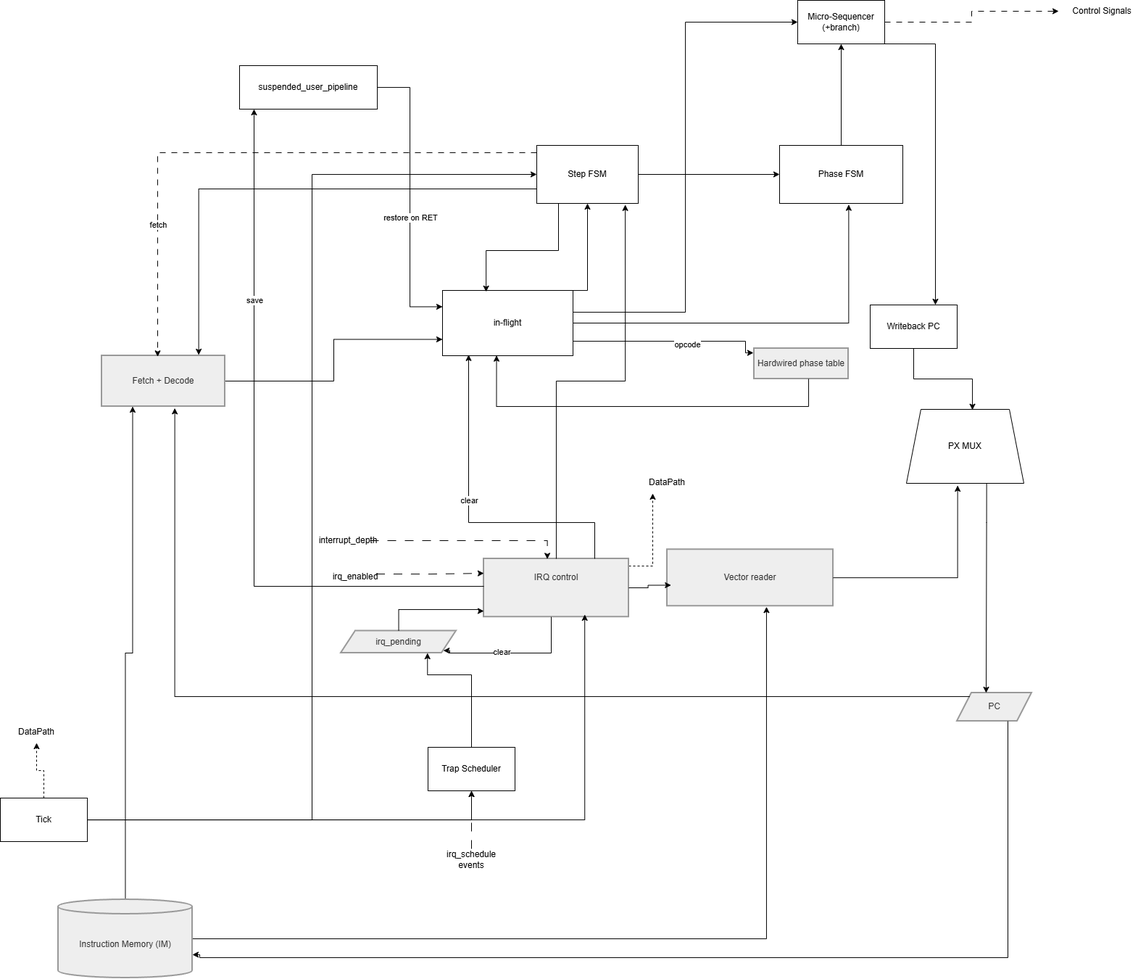
Earlier version of the draw.io export sceme/control unit.png (byTheTV/ak-lab4). Source tidied: cells renumbered, new cells last; positions are measured from the earlier drawing's top-left corner, leaving out a move shared by most shapes.
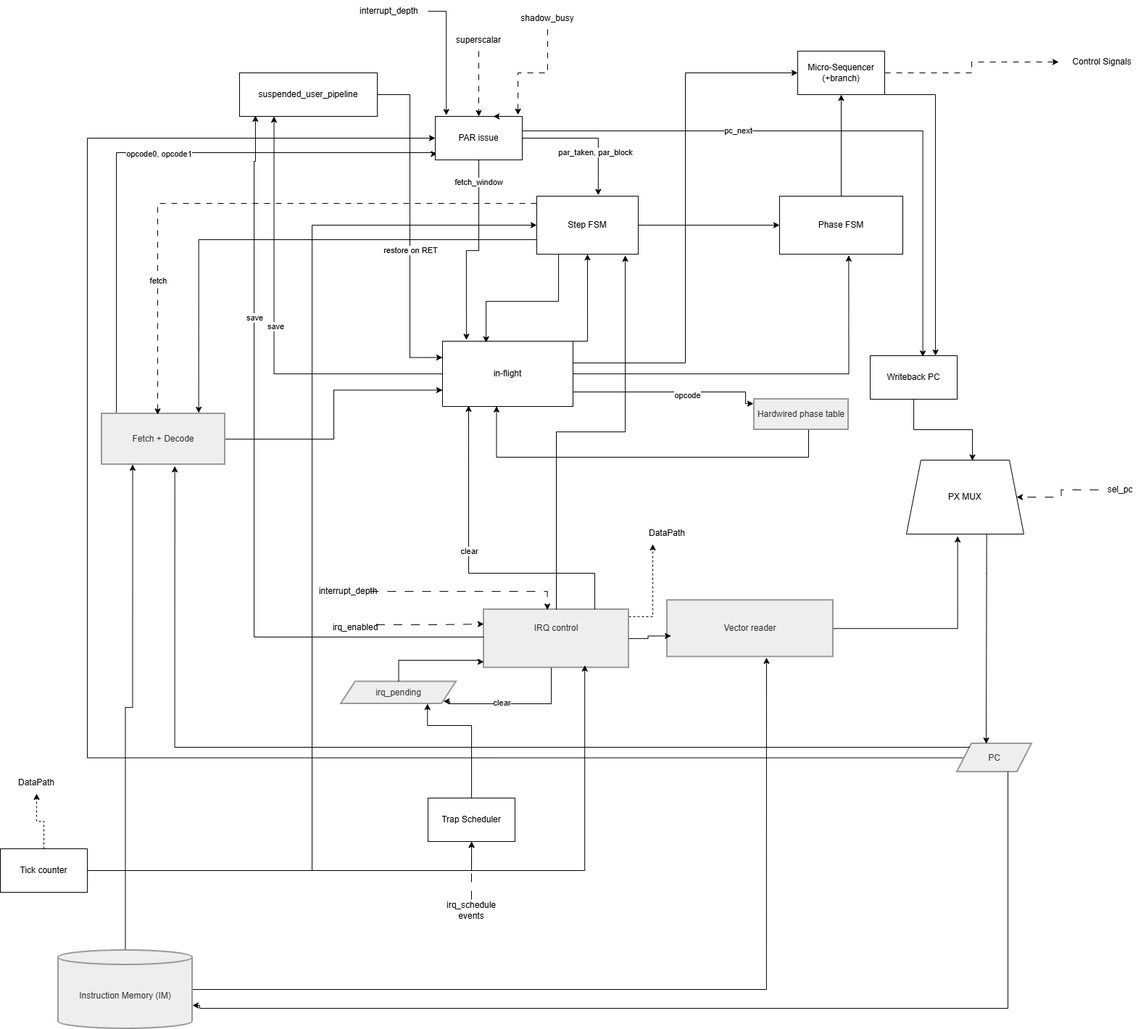
Above is the later version.

The edit, as a diff of the source:
```diff
@@ -14,8 +14,20 @@
     <mxCell id="5" style="edgeStyle=orthogonalEdgeStyle;rounded=0;jettySize=auto;html=1;entryX=0;entryY=0.75;entryDx=0;entryDy=0;" parent="1" edge="1" source="6" target="31">
       <mxGeometry relative="1" as="geometry" />
     </mxCell>
+    <mxCell id="66" style="edgeStyle=orthogonalEdgeStyle;rounded=0;jettySize=auto;html=1;entryX=0.02;entryY=0.862;entryDx=0;entryDy=0;entryPerimeter=0;" parent="1" edge="1" source="6" target="82">
+      <mxGeometry relative="1" as="geometry">
+        <Array as="points">
+          <mxPoint x="160" y="140" />
+          <mxPoint x="600" y="140" />
+          <mxPoint x="600" y="142" />
+        </Array>
+      </mxGeometry>
+    </mxCell>
+    <mxCell id="67" value="opcode0, opcode1" style="edgeLabel;html=1;align=center;verticalAlign=middle;" parent="66" vertex="1">
+      <mxGeometry x="0.04" y="-1" relative="1" as="geometry" />
+    </mxCell>
     <mxCell id="6" value="Fetch + Decode" style="whiteSpace=wrap;strokeWidth=2;fillColor=light-dark(#eeeeee,#1f2020);strokeColor=light-dark(#999999,#cccccc);fontColor=light-dark(#333333,#cccccc);" parent="1" vertex="1">
-      <mxGeometry x="140" y="490" width="170" height="70" as="geometry" />
+      <mxGeometry x="140" y="500" width="170" height="70" as="geometry" />
     </mxCell>
     <mxCell id="7" value="Hardwired phase table" style="whiteSpace=wrap;strokeWidth=2;fillColor=light-dark(#eeeeee,#1f2020);strokeColor=light-dark(#999999,#cccccc);fontColor=light-dark(#333333,#cccccc);" parent="1" vertex="1">
       <mxGeometry x="1040" y="480" width="130" height="42" as="geometry" />
@@ -23,6 +35,14 @@
     <mxCell id="8" style="edgeStyle=orthogonalEdgeStyle;rounded=0;jettySize=auto;html=1;entryX=0;entryY=0.5;entryDx=0;entryDy=0;dashed=1;dashPattern=8 8;exitX=1;exitY=0.5;exitDx=0;exitDy=0;" parent="1" edge="1" source="43" target="17">
       <mxGeometry relative="1" as="geometry" />
     </mxCell>
+    <mxCell id="68" style="edgeStyle=orthogonalEdgeStyle;rounded=0;jettySize=auto;html=1;entryX=0;entryY=0.5;entryDx=0;entryDy=0;" parent="1" edge="1" source="9" target="82">
+      <mxGeometry relative="1" as="geometry">
+        <Array as="points">
+          <mxPoint x="120" y="975" />
+          <mxPoint x="120" y="120" />
+        </Array>
+      </mxGeometry>
+    </mxCell>
     <mxCell id="9" value="PC" style="shape=parallelogram;perimeter=parallelogramPerimeter;fixedSize=1;strokeWidth=2;whiteSpace=wrap;fillColor=light-dark(#eeeeee,#1f2020);strokeColor=light-dark(#999999,#cccccc);fontColor=light-dark(#333333,#cccccc);" parent="1" vertex="1">
       <mxGeometry x="1320" y="955" width="103" height="39" as="geometry" />
     </mxCell>
@@ -101,9 +121,9 @@
         </Array>
       </mxGeometry>
     </mxCell>
-    <mxCell id="26" value="clear" style="edgeLabel;html=1;align=center;verticalAlign=middle;" parent="25" vertex="1">
-      <mxGeometry x="0.17" y="-2" relative="1" as="geometry" />
-    </mxCell>
+    <mxCell id="69" value="clear" style="edgeLabel;html=1;align=center;verticalAlign=middle;" parent="25" vertex="1">
+      <mxGeometry x="0.17" y="-2" relative="1" as="geometry" />
+    </mxCell>
     <mxCell id="27" style="edgeStyle=orthogonalEdgeStyle;rounded=0;jettySize=auto;html=1;entryX=0.5;entryY=1;entryDx=0;entryDy=0;" parent="1" edge="1" source="31" target="58">
       <mxGeometry relative="1" as="geometry">
         <Array as="points">
@@ -129,6 +149,14 @@
         </Array>
       </mxGeometry>
     </mxCell>
+    <mxCell id="70" style="edgeStyle=orthogonalEdgeStyle;rounded=0;jettySize=auto;html=1;entryX=0.25;entryY=1;entryDx=0;entryDy=0;" parent="1" edge="1" source="31" target="47">
+      <mxGeometry relative="1" as="geometry" />
+    </mxCell>
+    <mxCell id="71" value="save" style="edgeLabel;html=1;align=center;verticalAlign=middle;" parent="70" vertex="1">
+      <mxGeometry x="0.02" y="-1" relative="1" as="geometry">
+        <mxPoint x="1" as="offset" />
+      </mxGeometry>
+    </mxCell>
     <mxCell id="31" value="in-flight" style="rounded=0;whiteSpace=wrap;html=1;" parent="1" vertex="1">
       <mxGeometry x="610" y="400" width="180" height="90" as="geometry" />
     </mxCell>
@@ -146,23 +174,23 @@
     <mxCell id="34" value="Phase FSM" style="rounded=0;whiteSpace=wrap;html=1;" parent="1" vertex="1">
       <mxGeometry x="1075" y="200" width="170" height="80" as="geometry" />
     </mxCell>
-    <mxCell id="35" style="edgeStyle=orthogonalEdgeStyle;rounded=0;jettySize=auto;html=1;" parent="1" edge="1" source="38" target="40">
-      <mxGeometry relative="1" as="geometry" />
-    </mxCell>
-    <mxCell id="36" style="edgeStyle=orthogonalEdgeStyle;rounded=0;jettySize=auto;html=1;entryX=0;entryY=0.5;entryDx=0;entryDy=0;" parent="1" edge="1" source="38" target="58">
-      <mxGeometry relative="1" as="geometry" />
-    </mxCell>
-    <mxCell id="37" style="edgeStyle=orthogonalEdgeStyle;rounded=0;jettySize=auto;html=1;entryX=0.5;entryY=1;entryDx=0;entryDy=0;dashed=1;" parent="1" edge="1" source="38" target="51">
-      <mxGeometry relative="1" as="geometry">
-        <Array as="points">
-          <mxPoint x="60" y="1062" />
-          <mxPoint x="50" y="1062" />
-        </Array>
-      </mxGeometry>
-    </mxCell>
-    <mxCell id="38" value="Tick" style="rounded=0;whiteSpace=wrap;html=1;" parent="1" vertex="1">
-      <mxGeometry y="1100" width="120" height="60" as="geometry" />
-    </mxCell>
+    <mxCell id="72" style="edgeStyle=orthogonalEdgeStyle;rounded=0;jettySize=auto;html=1;" parent="1" edge="1" source="75" target="40">
+      <mxGeometry relative="1" as="geometry" />
+    </mxCell>
+    <mxCell id="73" style="edgeStyle=orthogonalEdgeStyle;rounded=0;jettySize=auto;html=1;entryX=0;entryY=0.5;entryDx=0;entryDy=0;" parent="1" edge="1" source="75" target="58">
+      <mxGeometry relative="1" as="geometry" />
+    </mxCell>
+    <mxCell id="74" style="edgeStyle=orthogonalEdgeStyle;rounded=0;jettySize=auto;html=1;entryX=0.5;entryY=1;entryDx=0;entryDy=0;dashed=1;" parent="1" edge="1" source="75" target="51">
+      <mxGeometry relative="1" as="geometry">
+        <Array as="points">
+          <mxPoint x="60" y="1062" />
+          <mxPoint x="50" y="1062" />
+        </Array>
+      </mxGeometry>
+    </mxCell>
+    <mxCell id="75" value="Tick counter" style="rounded=0;whiteSpace=wrap;html=1;" parent="1" vertex="1">
+      <mxGeometry y="1100" width="120" height="60" as="geometry" />
+    </mxCell>
     <mxCell id="39" style="edgeStyle=orthogonalEdgeStyle;rounded=0;jettySize=auto;html=1;entryX=0.75;entryY=1;entryDx=0;entryDy=0;" parent="1" edge="1" source="40" target="10">
       <mxGeometry relative="1" as="geometry">
         <Array as="points">
@@ -199,7 +227,7 @@
       </mxGeometry>
     </mxCell>
     <mxCell id="47" value="suspended_user_pipeline" style="rounded=0;whiteSpace=wrap;html=1;" parent="1" vertex="1">
-      <mxGeometry x="330" y="90" width="190" height="60" as="geometry" />
+      <mxGeometry x="330" y="30" width="190" height="60" as="geometry" />
     </mxCell>
     <mxCell id="48" style="edgeStyle=orthogonalEdgeStyle;rounded=0;jettySize=auto;html=1;entryX=1;entryY=0;entryDx=0;entryDy=76;entryPerimeter=0;" parent="1" edge="1" source="9" target="4">
       <mxGeometry relative="1" as="geometry">
@@ -217,23 +245,23 @@
         </Array>
       </mxGeometry>
     </mxCell>
-    <mxCell id="50" style="edgeStyle=orthogonalEdgeStyle;rounded=0;jettySize=auto;html=1;entryX=0.696;entryY=0.959;entryDx=0;entryDy=0;entryPerimeter=0;" parent="1" edge="1" source="38" target="12">
-      <mxGeometry relative="1" as="geometry" />
-    </mxCell>
+    <mxCell id="76" style="edgeStyle=orthogonalEdgeStyle;rounded=0;jettySize=auto;html=1;entryX=0.696;entryY=0.959;entryDx=0;entryDy=0;entryPerimeter=0;" parent="1" edge="1" source="75" target="12">
+      <mxGeometry relative="1" as="geometry" />
+    </mxCell>
     <mxCell id="51" value="DataPath" style="text;html=1;whiteSpace=wrap;strokeColor=none;fillColor=none;align=center;verticalAlign=middle;rounded=0;" parent="1" vertex="1">
       <mxGeometry x="20" y="994" width="60" height="30" as="geometry" />
     </mxCell>
     <mxCell id="52" style="edgeStyle=orthogonalEdgeStyle;rounded=0;jettySize=auto;html=1;entryX=0.562;entryY=0.008;entryDx=0;entryDy=0;entryPerimeter=0;" parent="1" edge="1" source="44" target="15">
       <mxGeometry relative="1" as="geometry" />
     </mxCell>
-    <mxCell id="53" style="edgeStyle=orthogonalEdgeStyle;rounded=0;jettySize=auto;html=1;entryX=0.453;entryY=0.018;entryDx=0;entryDy=0;entryPerimeter=0;dashed=1;dashPattern=8 8;" parent="1" edge="1" source="58" target="6">
-      <mxGeometry relative="1" as="geometry">
-        <Array as="points">
-          <mxPoint x="217" y="210" />
-        </Array>
-      </mxGeometry>
-    </mxCell>
+    <mxCell id="77" style="edgeStyle=orthogonalEdgeStyle;rounded=0;jettySize=auto;html=1;entryX=0.453;entryY=0.018;entryDx=0;entryDy=0;entryPerimeter=0;dashed=1;dashPattern=8 8;" parent="1" edge="1" source="58" target="6">
+      <mxGeometry relative="1" as="geometry">
+        <Array as="points">
+          <mxPoint x="217" y="210" />
+        </Array>
+      </mxGeometry>
+    </mxCell>
-    <mxCell id="54" value="fetch" style="edgeLabel;html=1;align=center;verticalAlign=middle;" parent="53" vertex="1">
+    <mxCell id="54" value="fetch" style="edgeLabel;html=1;align=center;verticalAlign=middle;" parent="77" vertex="1">
       <mxGeometry x="0.55" relative="1" as="geometry" />
     </mxCell>
     <mxCell id="55" style="edgeStyle=orthogonalEdgeStyle;rounded=0;jettySize=auto;html=1;entryX=0.2;entryY=0.986;entryDx=0;entryDy=0;entryPerimeter=0;" parent="1" edge="1" source="12" target="31">
@@ -244,9 +272,9 @@
         </Array>
       </mxGeometry>
     </mxCell>
-    <mxCell id="56" value="clear" style="edgeLabel;html=1;align=center;verticalAlign=middle;" parent="55" vertex="1">
-      <mxGeometry x="0.12" relative="1" as="geometry" />
-    </mxCell>
+    <mxCell id="78" value="clear" style="edgeLabel;html=1;align=center;verticalAlign=middle;" parent="55" vertex="1">
+      <mxGeometry x="0.12" relative="1" as="geometry" />
+    </mxCell>
     <mxCell id="57" style="edgeStyle=orthogonalEdgeStyle;rounded=0;jettySize=auto;html=1;entryX=0.561;entryY=1.02;entryDx=0;entryDy=0;entryPerimeter=0;" parent="1" edge="1" source="31" target="34">
       <mxGeometry relative="1" as="geometry" />
     </mxCell>
@@ -259,18 +287,18 @@
     <mxCell id="60" value="irq_enabled" style="text;html=1;whiteSpace=wrap;strokeColor=none;fillColor=none;align=center;verticalAlign=middle;rounded=0;" parent="1" vertex="1">
       <mxGeometry x="460" y="779.8" width="60" height="30" as="geometry" />
     </mxCell>
-    <mxCell id="61" style="edgeStyle=orthogonalEdgeStyle;rounded=0;jettySize=auto;html=1;" parent="1" edge="1" source="12">
-      <mxGeometry relative="1" as="geometry">
-        <mxPoint x="350" y="150" as="targetPoint" />
-        <Array as="points">
-          <mxPoint x="350" y="808" />
-          <mxPoint x="350" y="152" />
-        </Array>
-      </mxGeometry>
-    </mxCell>
-    <mxCell id="62" value="save" style="edgeLabel;html=1;align=center;verticalAlign=middle;" parent="61" vertex="1">
-      <mxGeometry x="0.46" relative="1" as="geometry" />
-    </mxCell>
+    <mxCell id="79" style="edgeStyle=orthogonalEdgeStyle;rounded=0;jettySize=auto;html=1;entryX=0.115;entryY=0.981;entryDx=0;entryDy=0;entryPerimeter=0;" parent="1" edge="1" source="12" target="47">
+      <mxGeometry relative="1" as="geometry">
+        <Array as="points">
+          <mxPoint x="350" y="808" />
+          <mxPoint x="350" y="152" />
+          <mxPoint x="352" y="152" />
+        </Array>
+      </mxGeometry>
+    </mxCell>
+    <mxCell id="80" value="save" style="edgeLabel;html=1;align=center;verticalAlign=middle;" parent="79" vertex="1">
+      <mxGeometry x="0.46" relative="1" as="geometry" />
+    </mxCell>
     <mxCell id="63" value="DataPath" style="text;html=1;whiteSpace=wrap;strokeColor=none;fillColor=none;align=center;verticalAlign=middle;rounded=0;" parent="1" vertex="1">
       <mxGeometry x="890" y="650" width="60" height="30" as="geometry" />
     </mxCell>
@@ -282,8 +310,60 @@
         </Array>
       </mxGeometry>
     </mxCell>
-    <mxCell id="65" style="edgeStyle=orthogonalEdgeStyle;rounded=0;jettySize=auto;html=1;entryX=0.786;entryY=-0.015;entryDx=0;entryDy=0;entryPerimeter=0;exitX=0;exitY=0.75;exitDx=0;exitDy=0;" parent="1" edge="1" source="58" target="6">
-      <mxGeometry relative="1" as="geometry" />
-    </mxCell>
+    <mxCell id="81" style="edgeStyle=orthogonalEdgeStyle;rounded=0;jettySize=auto;html=1;entryX=0.786;entryY=-0.015;entryDx=0;entryDy=0;entryPerimeter=0;exitX=0;exitY=0.75;exitDx=0;exitDy=0;" parent="1" edge="1" source="58" target="6">
+      <mxGeometry relative="1" as="geometry" />
+    </mxCell>
+    <mxCell id="82" value="PAR issue" style="rounded=0;whiteSpace=wrap;html=1;" parent="1" vertex="1">
+      <mxGeometry x="600" y="90" width="120" height="60" as="geometry" />
+    </mxCell>
+    <mxCell id="83" style="edgeStyle=orthogonalEdgeStyle;rounded=0;jettySize=auto;html=1;entryX=0.5;entryY=0;entryDx=0;entryDy=0;dashed=1;dashPattern=8 8;" parent="1" edge="1" source="84" target="82">
+      <mxGeometry relative="1" as="geometry" />
+    </mxCell>
+    <mxCell id="84" value="superscalar" style="text;html=1;whiteSpace=wrap;strokeColor=none;fillColor=none;align=center;verticalAlign=middle;rounded=0;" parent="1" vertex="1">
+      <mxGeometry x="615" y="-30" width="90" height="30" as="geometry" />
+    </mxCell>
+    <mxCell id="85" value="interrupt_depth" style="text;strokeColor=none;fillColor=none;align=left;verticalAlign=middle;spacingLeft=4;spacingRight=4;overflow=hidden;points=[[0,0.5],[1,0.5]];portConstraint=eastwest;whiteSpace=wrap;html=1;" parent="1" vertex="1">
+      <mxGeometry x="490" y="-70" width="100" height="30" as="geometry" />
+    </mxCell>
+    <mxCell id="86" style="edgeStyle=orthogonalEdgeStyle;rounded=0;jettySize=auto;html=1;entryX=0.127;entryY=-0.027;entryDx=0;entryDy=0;entryPerimeter=0;" parent="1" edge="1" source="85" target="82">
+      <mxGeometry relative="1" as="geometry" />
+    </mxCell>
+    <mxCell id="87" style="edgeStyle=orthogonalEdgeStyle;rounded=0;orthogonalLoop=1;jettySize=auto;html=1;exitX=0.75;exitY=0;exitDx=0;exitDy=0;entryX=0.667;entryY=0.006;entryDx=0;entryDy=0;entryPerimeter=0;" parent="1" edge="1" source="82" target="82">
+      <mxGeometry relative="1" as="geometry" />
+    </mxCell>
+    <mxCell id="88" value="shadow_busy" style="text;html=1;whiteSpace=wrap;strokeColor=none;fillColor=none;align=center;verticalAlign=middle;rounded=0;" parent="1" vertex="1">
+      <mxGeometry x="705" y="-60" width="100" height="30" as="geometry" />
+    </mxCell>
+    <mxCell id="89" style="edgeStyle=orthogonalEdgeStyle;rounded=0;jettySize=auto;html=1;entryX=0.951;entryY=-0.036;entryDx=0;entryDy=0;entryPerimeter=0;dashed=1;dashPattern=8 8;" parent="1" edge="1" source="88" target="82">
+      <mxGeometry relative="1" as="geometry" />
+    </mxCell>
+    <mxCell id="90" style="edgeStyle=orthogonalEdgeStyle;rounded=0;jettySize=auto;html=1;entryX=0.606;entryY=-0.016;entryDx=0;entryDy=0;entryPerimeter=0;" parent="1" edge="1" source="82" target="58">
+      <mxGeometry relative="1" as="geometry" />
+    </mxCell>
+    <mxCell id="91" value="par_taken, par_block" style="edgeLabel;html=1;align=center;verticalAlign=middle;" parent="90" vertex="1">
+      <mxGeometry x="0.35" y="-5" relative="1" as="geometry" />
+    </mxCell>
+    <mxCell id="92" style="edgeStyle=orthogonalEdgeStyle;rounded=0;jettySize=auto;html=1;entryX=0.605;entryY=0.024;entryDx=0;entryDy=0;entryPerimeter=0;" parent="1" edge="1" source="82" target="44">
+      <mxGeometry relative="1" as="geometry">
+        <Array as="points">
+          <mxPoint x="1273" y="110" />
+        </Array>
+      </mxGeometry>
+    </mxCell>
+    <mxCell id="93" value="pc_next" style="edgeLabel;html=1;align=center;verticalAlign=middle;" parent="92" vertex="1">
+      <mxGeometry x="-0.31" y="1" relative="1" as="geometry" />
+    </mxCell>
+    <mxCell id="94" style="edgeStyle=orthogonalEdgeStyle;rounded=0;jettySize=auto;html=1;entryX=0.183;entryY=-0.018;entryDx=0;entryDy=0;entryPerimeter=0;" parent="1" edge="1" source="82" target="31">
+      <mxGeometry relative="1" as="geometry" />
+    </mxCell>
+    <mxCell id="95" value="fetch_window" style="edgeLabel;html=1;align=center;verticalAlign=middle;" parent="94" vertex="1">
+      <mxGeometry x="-0.77" y="-1" relative="1" as="geometry" />
+    </mxCell>
+    <mxCell id="96" style="edgeStyle=orthogonalEdgeStyle;rounded=0;jettySize=auto;html=1;entryX=1;entryY=0.5;entryDx=0;entryDy=0;dashed=1;dashPattern=12 12;" parent="1" edge="1" source="97" target="15">
+      <mxGeometry relative="1" as="geometry" />
+    </mxCell>
+    <mxCell id="97" value="sel_pc" style="text;html=1;whiteSpace=wrap;strokeColor=none;fillColor=none;align=center;verticalAlign=middle;rounded=0;" parent="1" vertex="1">
+      <mxGeometry x="1515" y="590" width="60" height="30" as="geometry" />
+    </mxCell>
   </root>
 </mxGraphModel>
```
